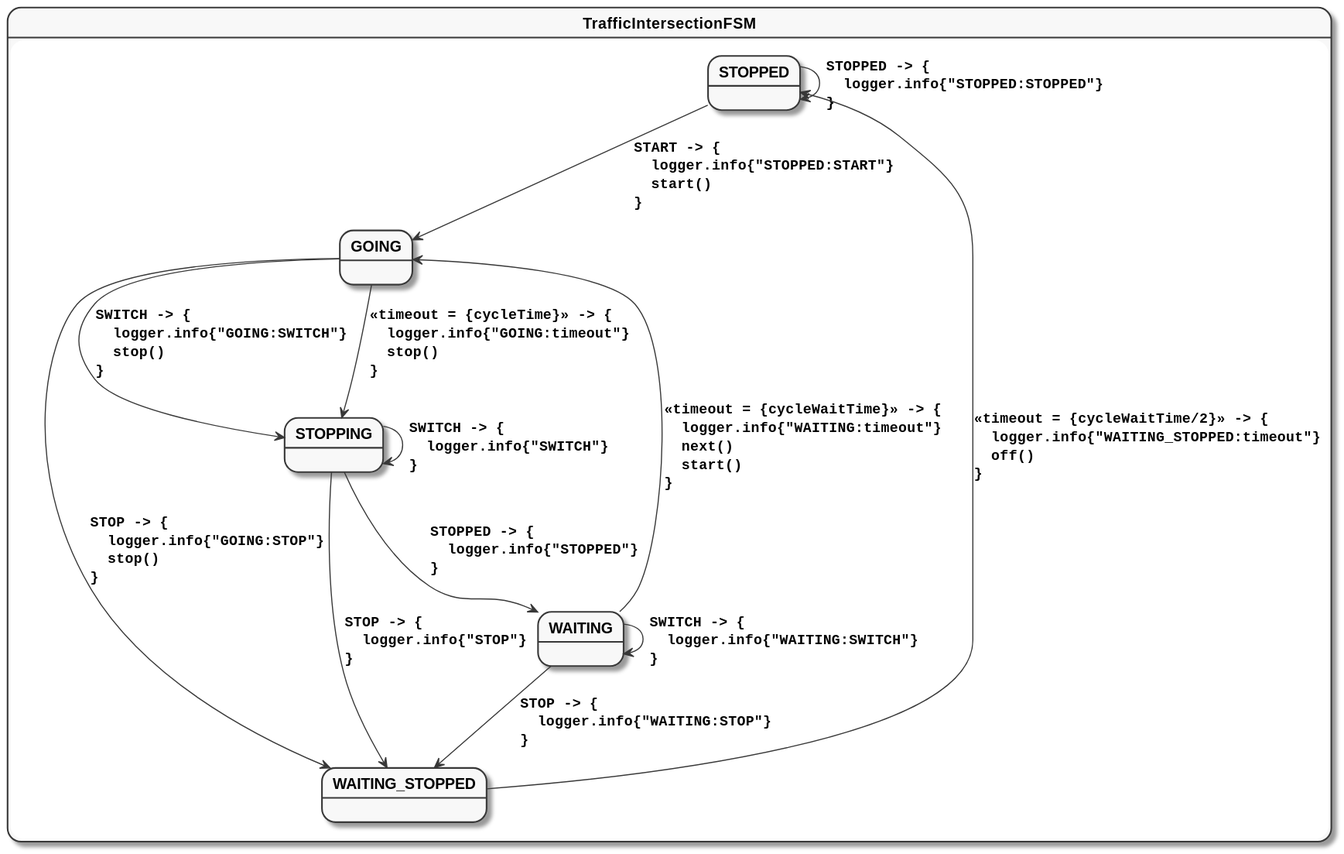
open-jumpco/kfsm-android-compose-traffic keeps this PlantUML diagram as traffic-intersection.svg. Above is the earlier version.
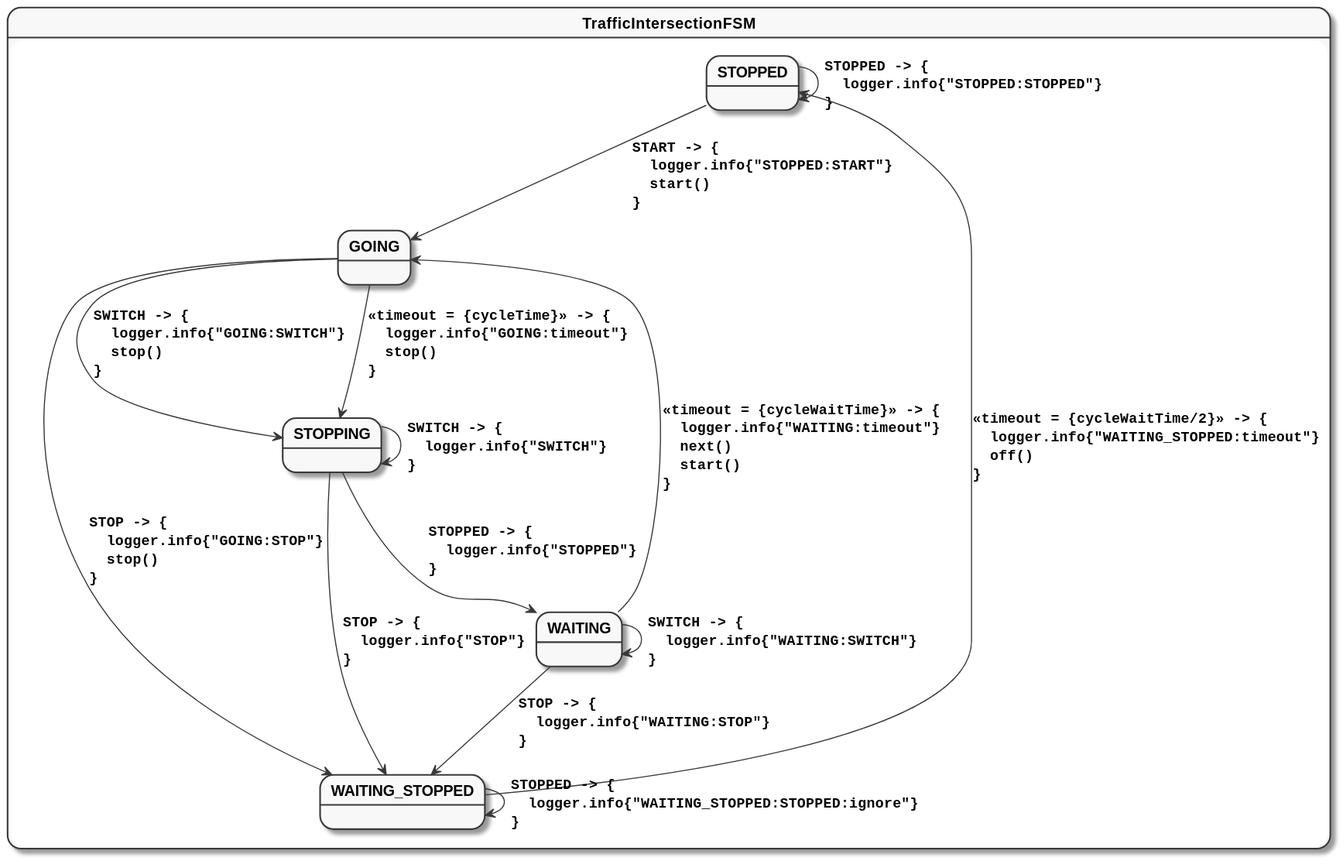
After the change.

The edit, as a diff of the source:
```diff
@@ -20,5 +20,6 @@
 WAITING --> WAITING : SWITCH -> {\l  logger.info{"WAITING:SWITCH"}\l}
 WAITING --> WAITING_STOPPED : STOP -> {\l  logger.info{"WAITING:STOP"}\l}
 WAITING_STOPPED --> STOPPED : <<timeout = {cycleWaitTime/2}>> -> {\l  logger.info{"WAITING_STOPPED:timeout"}\l  off()\l}
+WAITING_STOPPED --> WAITING_STOPPED : STOPPED -> {\l  logger.info{"WAITING_STOPPED:STOPPED:ignore"}\l}
 }
 @enduml
```
